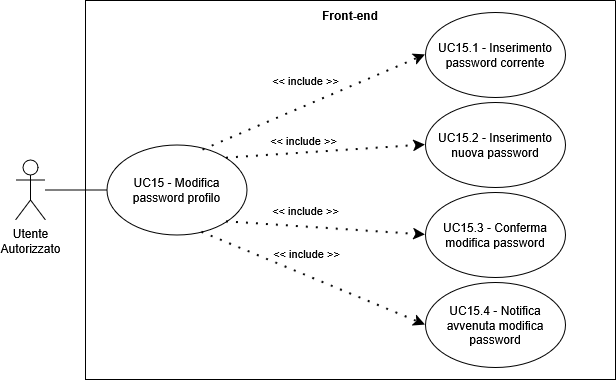
SkarabGroup/DocumentazioneProgetto keeps this draw.io diagram as assets/diagrams/UC15.png. Above is the earlier version. Source tidied: cells renumbered, new cells last; positions are measured from the earlier drawing's top-left corner, leaving out a move shared by most shapes.
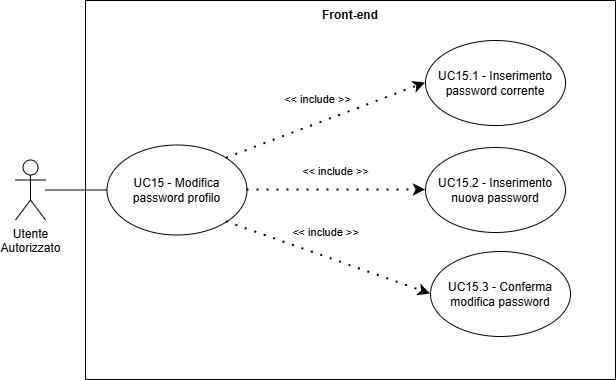
After the commit.

The edit, as a diff of the source:
```diff
@@ -12,43 +12,34 @@
       <mxGeometry x="34" y="154.5" width="115" height="70" as="geometry" />
     </mxCell>
     <mxCell id="5" style="ellipse;whiteSpace=wrap;html=1;" parent="2" vertex="1">
-      <mxGeometry x="340" y="12" width="140" height="85" as="geometry" />
+      <mxGeometry x="340" y="40" width="140" height="85" as="geometry" />
     </mxCell>
     <mxCell id="6" value="UC15.1 - Inserimento password corrente" style="text;html=1;align=center;verticalAlign=middle;whiteSpace=wrap;rounded=0;" parent="2" vertex="1">
-      <mxGeometry x="345" y="19.5" width="130" height="70" as="geometry" />
+      <mxGeometry x="345" y="47.5" width="130" height="70" as="geometry" />
     </mxCell>
-    <mxCell id="7" value="&amp;lt;&amp;lt; include &amp;gt;&amp;gt;" style="endArrow=classic;startArrow=none;endFill=1;startFill=0;html=1;verticalAlign=bottom;dashed=1;labelBackgroundColor=none;rounded=0;dashPattern=1 4;curved=0;endSize=6;strokeWidth=2;entryX=0;entryY=0.5;entryDx=0;entryDy=0;exitX=0.686;exitY=0.056;exitDx=0;exitDy=0;exitPerimeter=0;" parent="2" edge="1" source="3" target="5">
+    <mxCell id="7" value="&amp;lt;&amp;lt; include &amp;gt;&amp;gt;" style="endArrow=classic;startArrow=none;endFill=1;startFill=0;html=1;verticalAlign=bottom;dashed=1;labelBackgroundColor=none;rounded=0;dashPattern=1 4;curved=0;endSize=6;strokeWidth=2;entryX=0;entryY=0.5;entryDx=0;entryDy=0;exitX=1;exitY=0;exitDx=0;exitDy=0;" parent="2" edge="1" source="3" target="5">
       <mxGeometry x="-0.03" y="15" relative="1" as="geometry">
         <mxPoint y="1" as="offset" />
       </mxGeometry>
     </mxCell>
     <mxCell id="8" style="ellipse;whiteSpace=wrap;html=1;" parent="2" vertex="1">
-      <mxGeometry x="340" y="102" width="140" height="85" as="geometry" />
+      <mxGeometry x="340" y="147" width="140" height="85" as="geometry" />
     </mxCell>
     <mxCell id="9" value="UC15.2 - Inserimento nuova password" style="text;html=1;align=center;verticalAlign=middle;whiteSpace=wrap;rounded=0;" parent="2" vertex="1">
-      <mxGeometry x="345" y="109.5" width="130" height="70" as="geometry" />
+      <mxGeometry x="345" y="154.5" width="130" height="70" as="geometry" />
     </mxCell>
     <mxCell id="10" style="ellipse;whiteSpace=wrap;html=1;" parent="2" vertex="1">
-      <mxGeometry x="340" y="192" width="140" height="85" as="geometry" />
+      <mxGeometry x="345" y="251" width="140" height="85" as="geometry" />
     </mxCell>
     <mxCell id="11" value="UC15.3 - Conferma modifica password" style="text;html=1;align=center;verticalAlign=middle;whiteSpace=wrap;rounded=0;" parent="2" vertex="1">
-      <mxGeometry x="345" y="199.5" width="130" height="70" as="geometry" />
+      <mxGeometry x="350" y="258.5" width="130" height="70" as="geometry" />
     </mxCell>
-    <mxCell id="12" style="ellipse;whiteSpace=wrap;html=1;" parent="2" vertex="1">
-      <mxGeometry x="340" y="282" width="140" height="85" as="geometry" />
-    </mxCell>
-    <mxCell id="13" value="UC15.4 - Notifica avvenuta modifica password" style="text;html=1;align=center;verticalAlign=middle;whiteSpace=wrap;rounded=0;" parent="2" vertex="1">
-      <mxGeometry x="345" y="289.5" width="130" height="70" as="geometry" />
-    </mxCell>
-    <mxCell id="14" value="&amp;lt;&amp;lt; include &amp;gt;&amp;gt;" style="endArrow=classic;startArrow=none;endFill=1;startFill=0;html=1;verticalAlign=bottom;dashed=1;labelBackgroundColor=none;rounded=0;dashPattern=1 4;curved=0;endSize=6;strokeWidth=2;entryX=0;entryY=0.5;entryDx=0;entryDy=0;exitX=1;exitY=0;exitDx=0;exitDy=0;" parent="2" edge="1" source="3" target="8">
-      <mxGeometry x="-0.22" y="3" relative="1" as="geometry" />
+    <mxCell id="14" value="&amp;lt;&amp;lt; include &amp;gt;&amp;gt;" style="endArrow=classic;startArrow=none;endFill=1;startFill=0;html=1;verticalAlign=bottom;dashed=1;labelBackgroundColor=none;rounded=0;dashPattern=1 4;curved=0;endSize=6;strokeWidth=2;entryX=0;entryY=0.5;entryDx=0;entryDy=0;exitX=1;exitY=0.5;exitDx=0;exitDy=0;" parent="2" edge="1" source="3" target="8">
+      <mxGeometry x="-0.01" y="10" relative="1" as="geometry" />
     </mxCell>
     <mxCell id="15" value="&amp;lt;&amp;lt; include &amp;gt;&amp;gt;" style="endArrow=classic;startArrow=none;endFill=1;startFill=0;html=1;verticalAlign=bottom;dashed=1;labelBackgroundColor=none;rounded=0;dashPattern=1 4;curved=0;endSize=6;strokeWidth=2;entryX=0;entryY=0.5;entryDx=0;entryDy=0;exitX=1;exitY=1;exitDx=0;exitDy=0;" parent="2" edge="1" source="3" target="10">
-      <mxGeometry x="-0.21" y="7" relative="1" as="geometry" />
+      <mxGeometry x="-0.08" y="15" relative="1" as="geometry" />
     </mxCell>
-    <mxCell id="16" value="&amp;lt;&amp;lt; include &amp;gt;&amp;gt;" style="endArrow=classic;startArrow=none;endFill=1;startFill=0;html=1;verticalAlign=bottom;dashed=1;labelBackgroundColor=none;rounded=0;dashPattern=1 4;curved=0;endSize=6;strokeWidth=2;entryX=0;entryY=0.5;entryDx=0;entryDy=0;exitX=0.678;exitY=0.97;exitDx=0;exitDy=0;exitPerimeter=0;" parent="2" edge="1" source="3" target="12">
-      <mxGeometry x="-0.1" y="11" relative="1" as="geometry" />
-    </mxCell>
     <mxCell id="17" value="Front-end" style="text;html=1;align=center;verticalAlign=middle;whiteSpace=wrap;rounded=0;strokeColor=none;perimeterSpacing=1;fontStyle=1;" parent="2" vertex="1">
       <mxGeometry x="235" width="60" height="30" as="geometry" />
     </mxCell>
```
